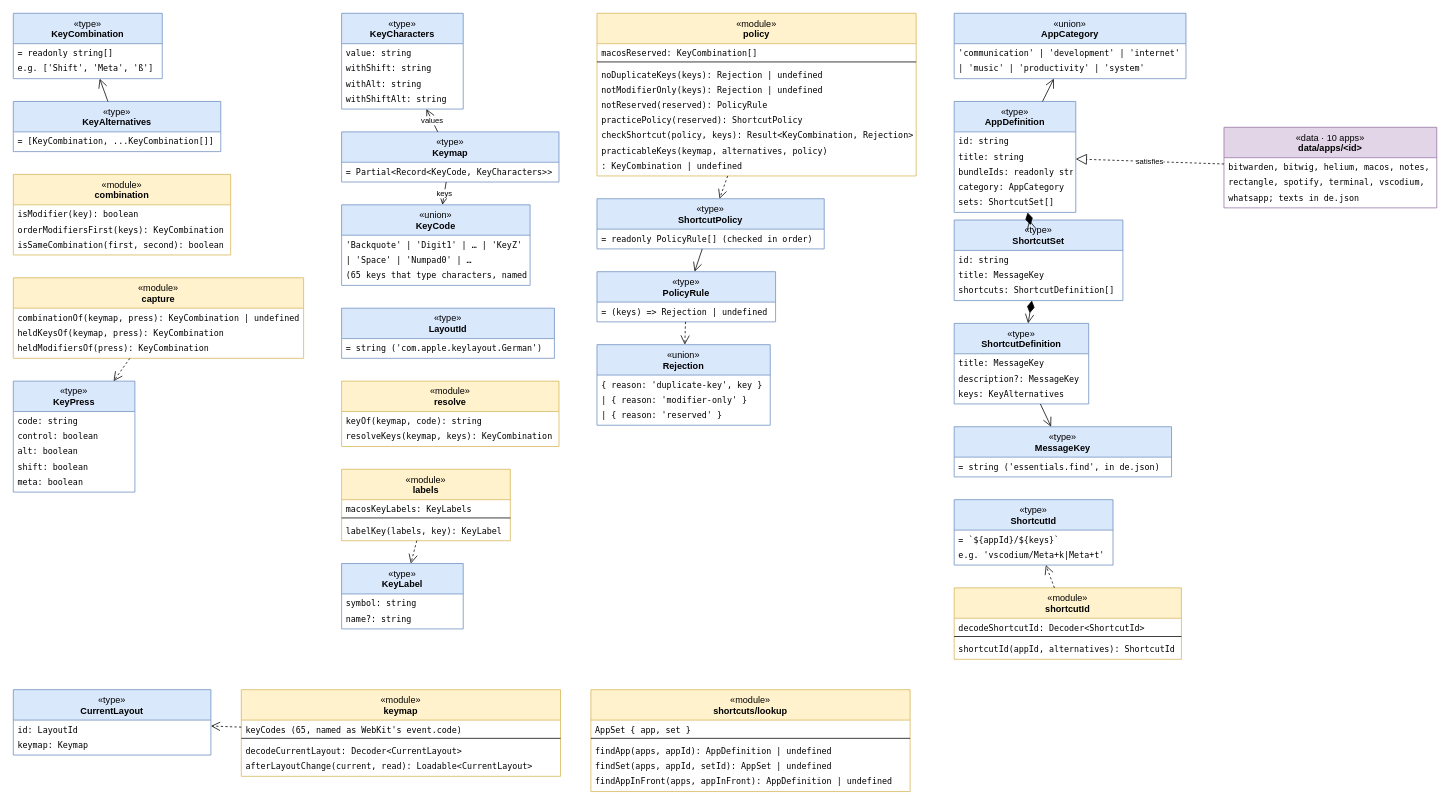
Before: page "Classes – keyboard & shortcuts" (2 of 15) of docs/uml.drawio in r0binius/mathe2-trainer, a draw.io diagram. Source tidied: cells renumbered, new cells numbered last; positions are measured from the earlier drawing's top-left corner, leaving out a move shared by most shapes. Both pictures are drawn from the tidied source at 76%, with x=0, y=0 at pixel (13, 13).
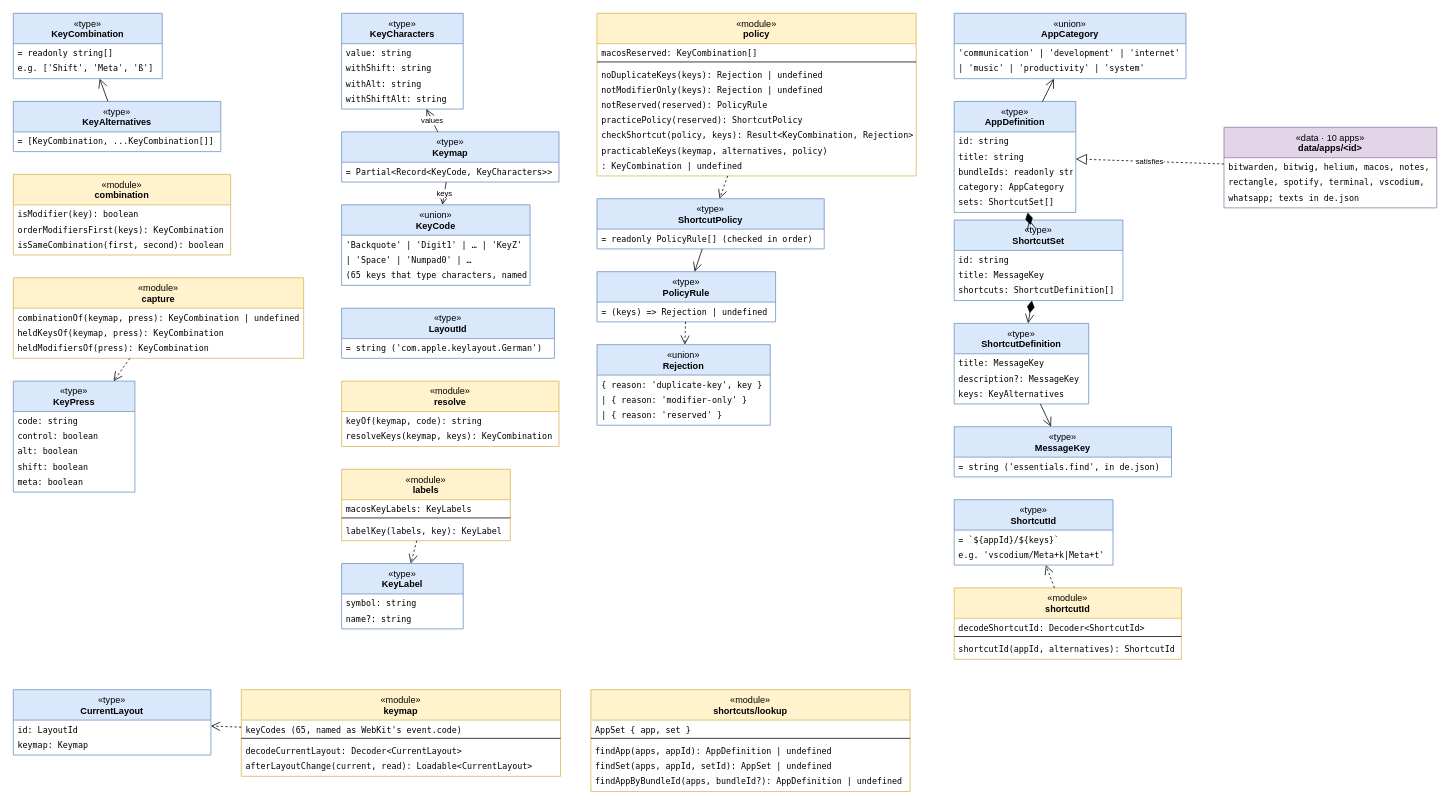
Above is the later version.

Unchanged cells that the change refers to:
```xml
<mxCell id="109" value="&amp;laquo;module&amp;raquo;&lt;br&gt;&lt;b&gt;shortcuts/lookup&lt;/b&gt;" style="swimlane;fontStyle=0;align=center;verticalAlign=top;horizontal=1;startSize=40;html=1;whiteSpace=wrap;fillColor=#fff2cc;strokeColor=#d6b656;swimlaneFillColor=#ffffff;" parent="1" vertex="1">
  <mxGeometry x="760" y="890" width="420" height="134" as="geometry" />
</mxCell>
```

Diff of the diagram source:
```diff
@@
-    <mxCell id="114" value="findAppInFront(apps, appInFront): AppDefinition | undefined" style="text;strokeColor=none;fillColor=none;align=left;verticalAlign=top;spacingLeft=4;spacingRight=4;overflow=hidden;fontSize=11;fontFamily=Menlo;html=0;" parent="109" vertex="1">
+    <mxCell id="114" value="findAppByBundleId(apps, bundleId?): AppDefinition | undefined" style="text;strokeColor=none;fillColor=none;align=left;verticalAlign=top;spacingLeft=4;spacingRight=4;overflow=hidden;fontSize=11;fontFamily=Menlo;html=0;" parent="109" vertex="1">
       <mxGeometry y="108" width="420" height="20" as="geometry" />
     </mxCell>
```
